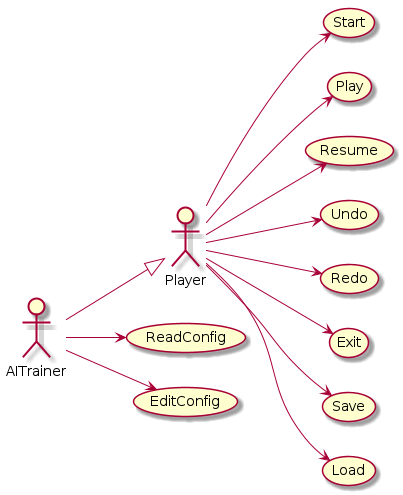
Earlier version of the PlantUML export docs/output/UseCases.png (Master-Desarrollo-20-21/patrones-diseno---practica-final---juego-de-las-damas-fraylopez).
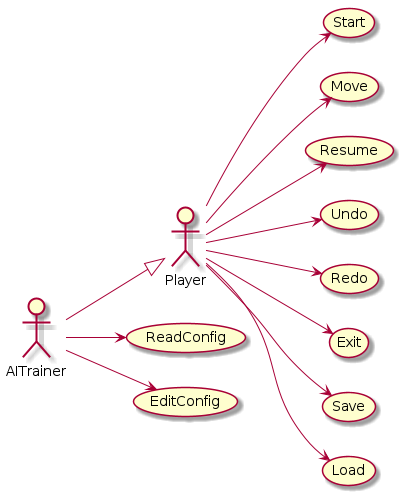
Later version of the same file.

What changed in the source:
```diff
@@ -6,7 +6,7 @@
 AITrainer -down-|> Player
 
 usecase Start
-usecase Play
+usecase Move
 usecase Resume
 usecase Undo
 usecase Redo
@@ -18,7 +18,7 @@
 usecase EditConfig
 
 Player --> Start
-Player --> Play
+Player --> Move
 Player --> Undo
 Player --> Redo
 Player --> Exit
```
